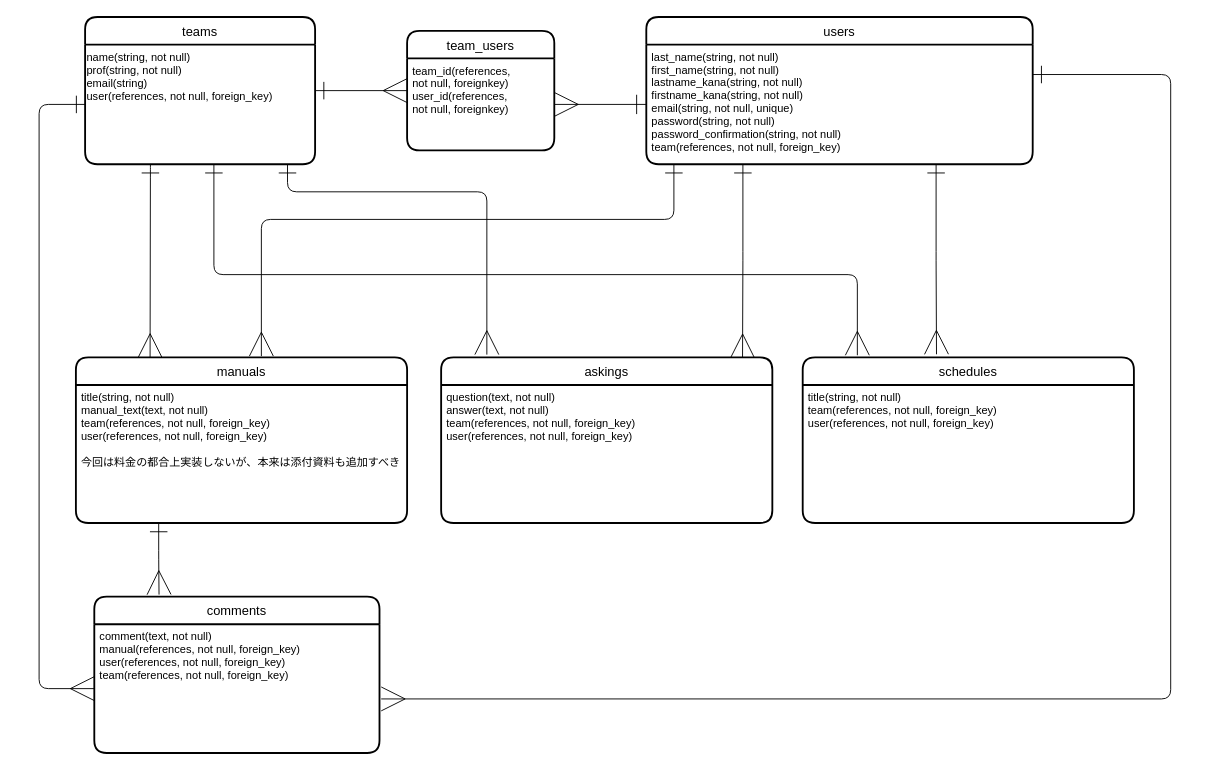
This is sumine.dio from maho-t/SUmine, a draw.io file, before an edit. Source tidied: cells renumbered, new cells numbered last; positions are measured from the earlier drawing's top-left corner, leaving out a move shared by most shapes. Both pictures are drawn from the tidied source at 92%, with x=0, y=0 at pixel (39, 17).
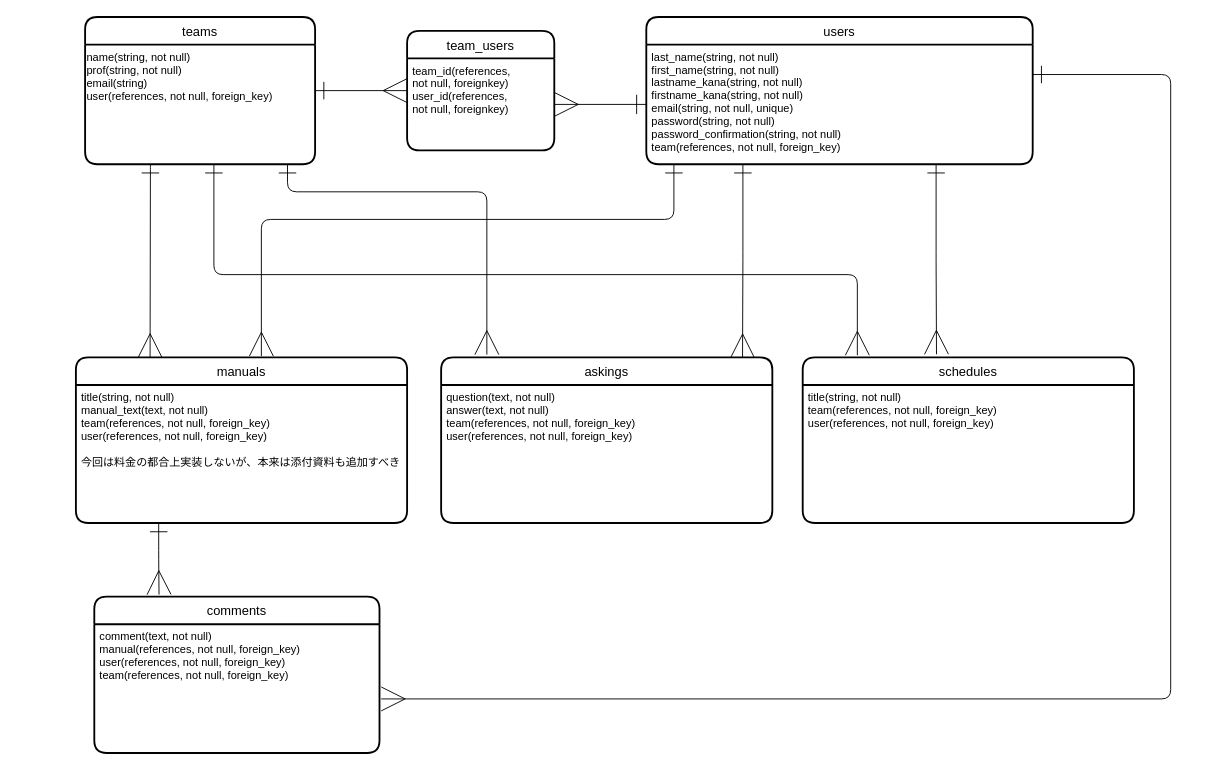
The same page after the edit.

The change refers to these unchanged cells:
```xml
<mxCell id="19" value="comment(text, not null)&#10;manual(references, not null, foreign_key)&#10;user(references, not null, foreign_key)&#10;team(references, not null, foreign_key)" style="align=left;strokeColor=none;fillColor=none;spacingLeft=4;fontSize=12;verticalAlign=top;" parent="18" vertex="1">
  <mxGeometry y="30" width="310" height="140" as="geometry" />
</mxCell>
```

Change to the diagram source:
```diff
@@
-    <mxCell id="21" style="edgeStyle=orthogonalEdgeStyle;html=1;exitX=0;exitY=0.5;exitDx=0;exitDy=0;entryX=0;entryY=0.5;entryDx=0;entryDy=0;startArrow=ERone;startFill=0;endArrow=ERmany;endFill=0;startSize=17;endSize=24;sourcePerimeterSpacing=27;targetPerimeterSpacing=46;elbow=vertical;" parent="1" edge="1" target="19">
-      <mxGeometry relative="1" as="geometry">
-        <mxPoint x="50" y="95" as="sourcePoint" />
-        <Array as="points">
-          <mxPoint y="95" />
-          <mxPoint y="730" />
-        </Array>
-      </mxGeometry>
-    </mxCell>
```
